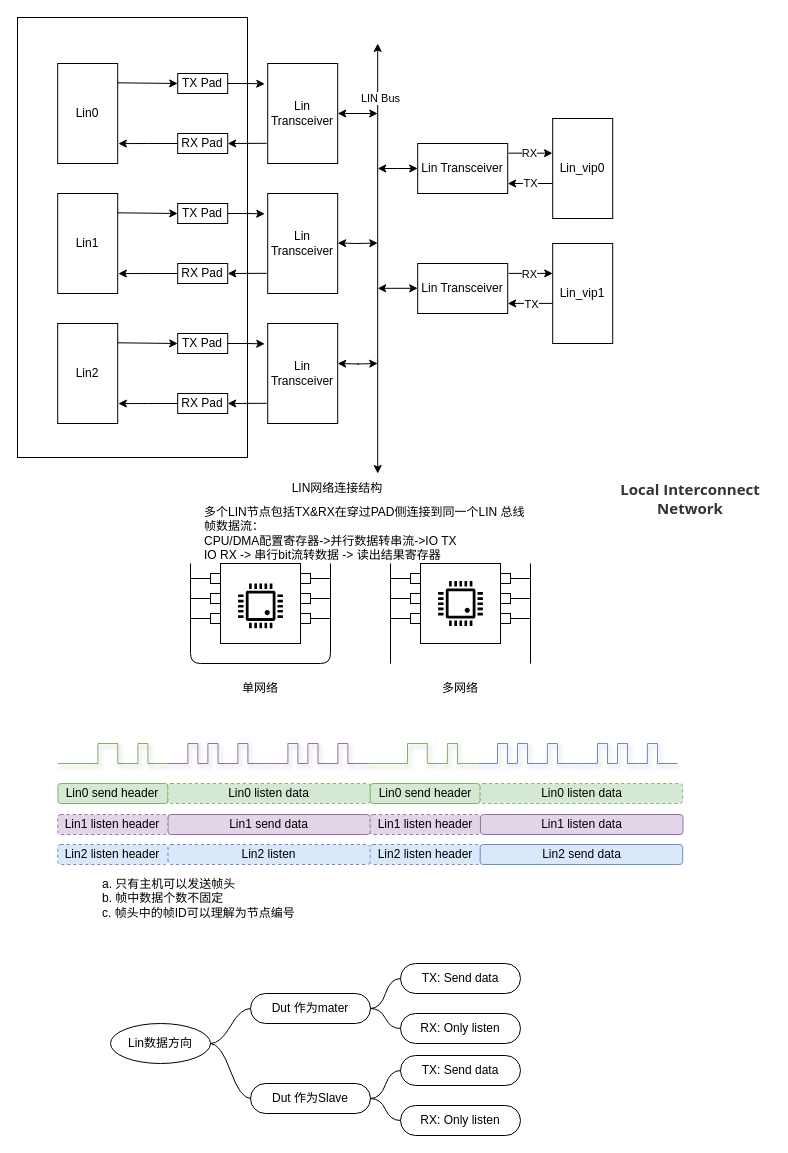
iceyxy/flow-chart-drawio keeps this draw.io diagram as page "协议规格" (1 of 5) of drawio/flexlin.drawio. Above is the earlier version. Source tidied: cells renumbered, new cells numbered last; positions are measured from the earlier drawing's top-left corner, leaving out a move shared by most shapes. Both pictures are drawn from the tidied source at 100%, with x=0, y=0 at pixel (17, 17).
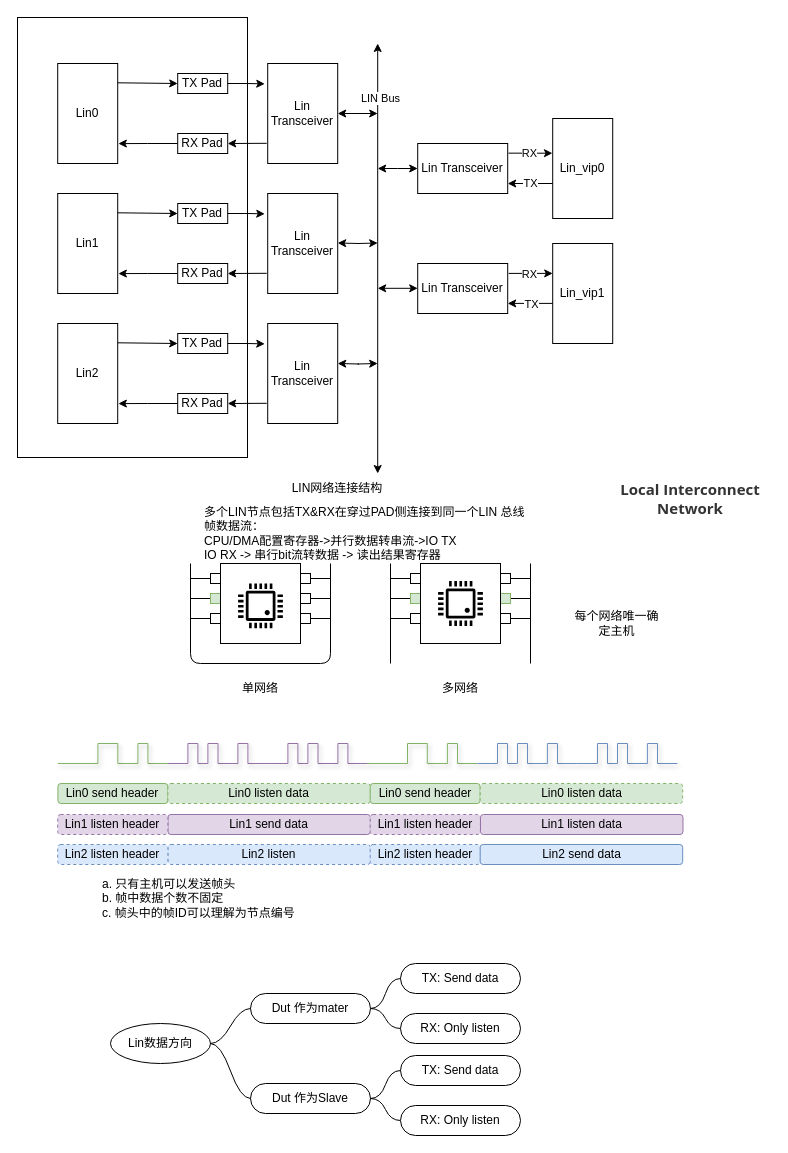
The same diagram, later.

Unchanged cells that the change refers to:
```xml
<mxCell id="62" style="group;shadow=0;" parent="1" vertex="1">
  <mxGeometry x="173" y="546" width="340" height="140" as="geometry" />
</mxCell>
```

The edit, as a diff of the source:
```diff
@@
-    <mxCell id="69" style="whiteSpace=wrap;html=1;shadow=0;" parent="62" vertex="1">
+    <mxCell id="69" style="whiteSpace=wrap;html=1;shadow=0;fillColor=#d5e8d4;strokeColor=#82b366;" parent="62" vertex="1">
       <mxGeometry x="20" y="30" width="10" height="10" as="geometry" />
     </mxCell>
@@
-    <mxCell id="85" style="whiteSpace=wrap;html=1;shadow=0;" parent="62" vertex="1">
+    <mxCell id="85" style="whiteSpace=wrap;html=1;shadow=0;fillColor=#d5e8d4;strokeColor=#82b366;" parent="62" vertex="1">
       <mxGeometry x="220" y="30" width="10" height="10" as="geometry" />
     </mxCell>
@@
-    <mxCell id="91" style="whiteSpace=wrap;html=1;shadow=0;" parent="62" vertex="1">
+    <mxCell id="91" style="whiteSpace=wrap;html=1;shadow=0;fillColor=#d5e8d4;strokeColor=#82b366;" parent="62" vertex="1">
       <mxGeometry x="310" y="30" width="10" height="10" as="geometry" />
     </mxCell>
@@
+    <mxCell id="188" value="每个网络唯一确定主机" style="text;html=1;whiteSpace=wrap;strokeColor=none;fillColor=none;align=center;verticalAlign=middle;rounded=0;" parent="1" vertex="1">
+      <mxGeometry x="553" y="591" width="93" height="30" as="geometry" />
+    </mxCell>
```
